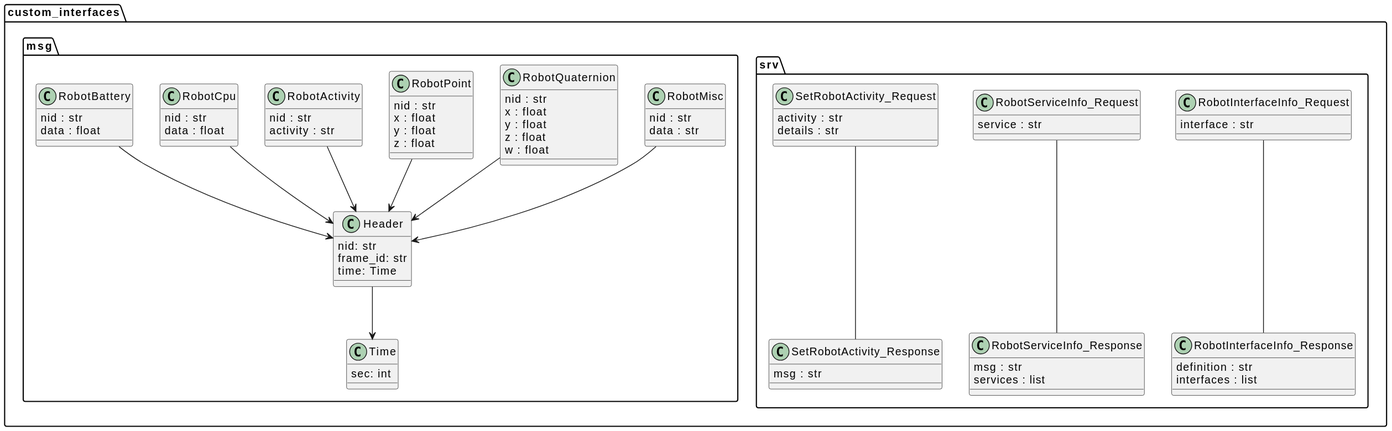
This is Dokumentation/Diagramme_intern/custom_interfaces_class diagram.svg from Nilssteingraeber/SolarSwarmNetworks, a PlantUML export, as it was before one commit.
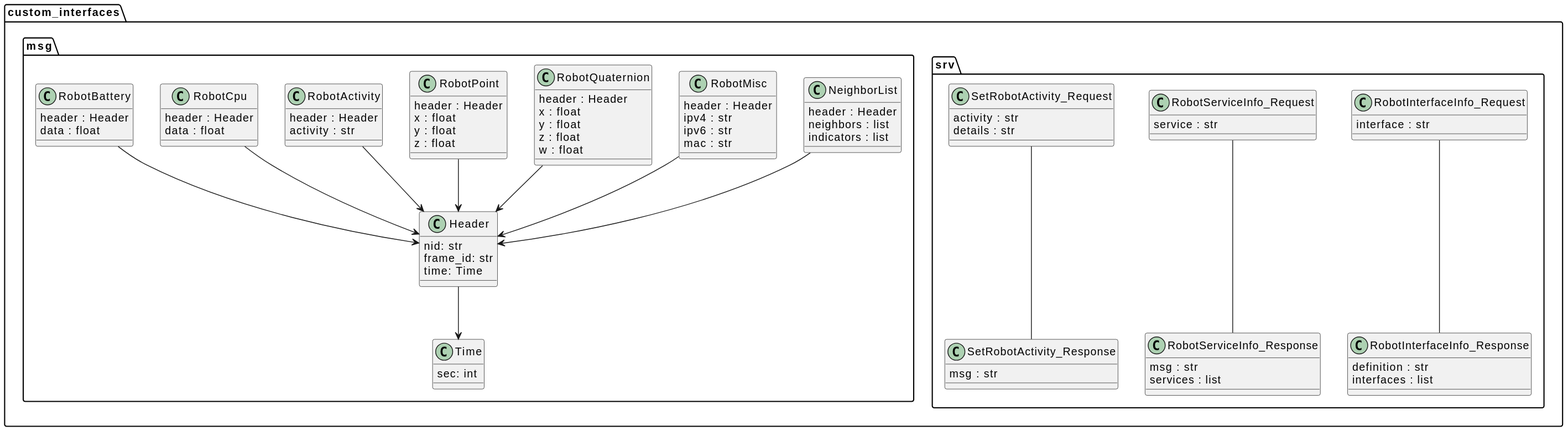
The same file after the commit.

Diff of the diagram source:
```diff
@@ -11,29 +11,29 @@
   }
 
   class RobotBattery {
-    nid : str
+    header : Header
     data : float
   }
 
   class RobotCpu {
-    nid : str
+    header : Header
     data : float
   }
 
   class RobotActivity {
-    nid : str
+    header : Header
     activity : str
   }
 
   class RobotPoint {
-    nid : str
+    header : Header
     x : float
     y : float
     z : float
   }
 
   class RobotQuaternion {
-    nid : str
+    header : Header
     x : float
     y : float
     z : float
@@ -41,8 +41,16 @@
   }
 
   class RobotMisc {
-    nid : str
-    data : str
+    header : Header
+    ipv4 : str
+    ipv6 : str
+    mac : str
+  }
+
+  class NeighborList {
+    header : Header
+    neighbors : list
+    indicators : list
   }
 
   Header --> Time
@@ -52,6 +60,7 @@
   RobotPoint --> Header
   RobotQuaternion --> Header
   RobotMisc --> Header
+  NeighborList --> Header
 }
 
 package "custom_interfaces.srv" {
```
